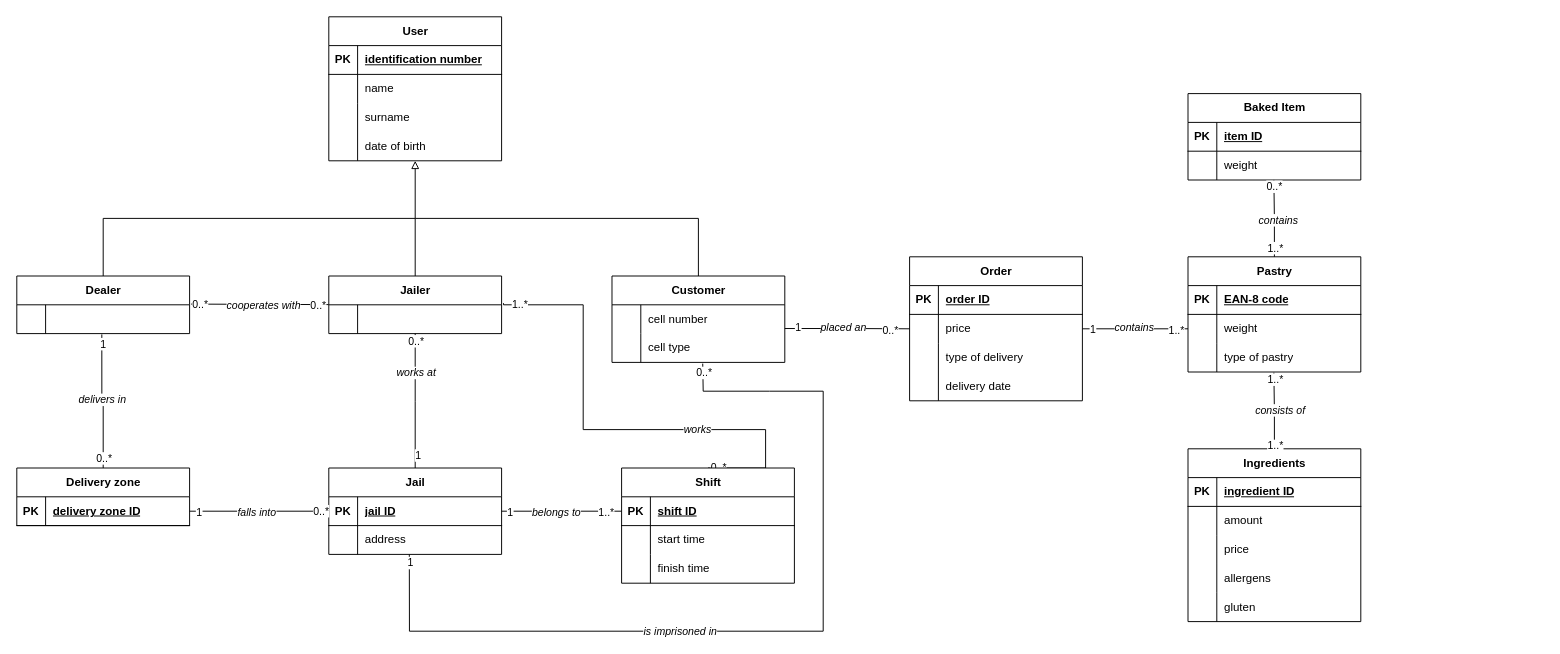
This is ER.drawio from megy123/VUT-IDS, a draw.io file, before an edit. Source tidied: cells renumbered, new cells numbered last; positions are measured from the earlier drawing's top-left corner, leaving out a move shared by most shapes. Both pictures are drawn from the tidied source at 96%, with x=0, y=0 at pixel (16, 16).
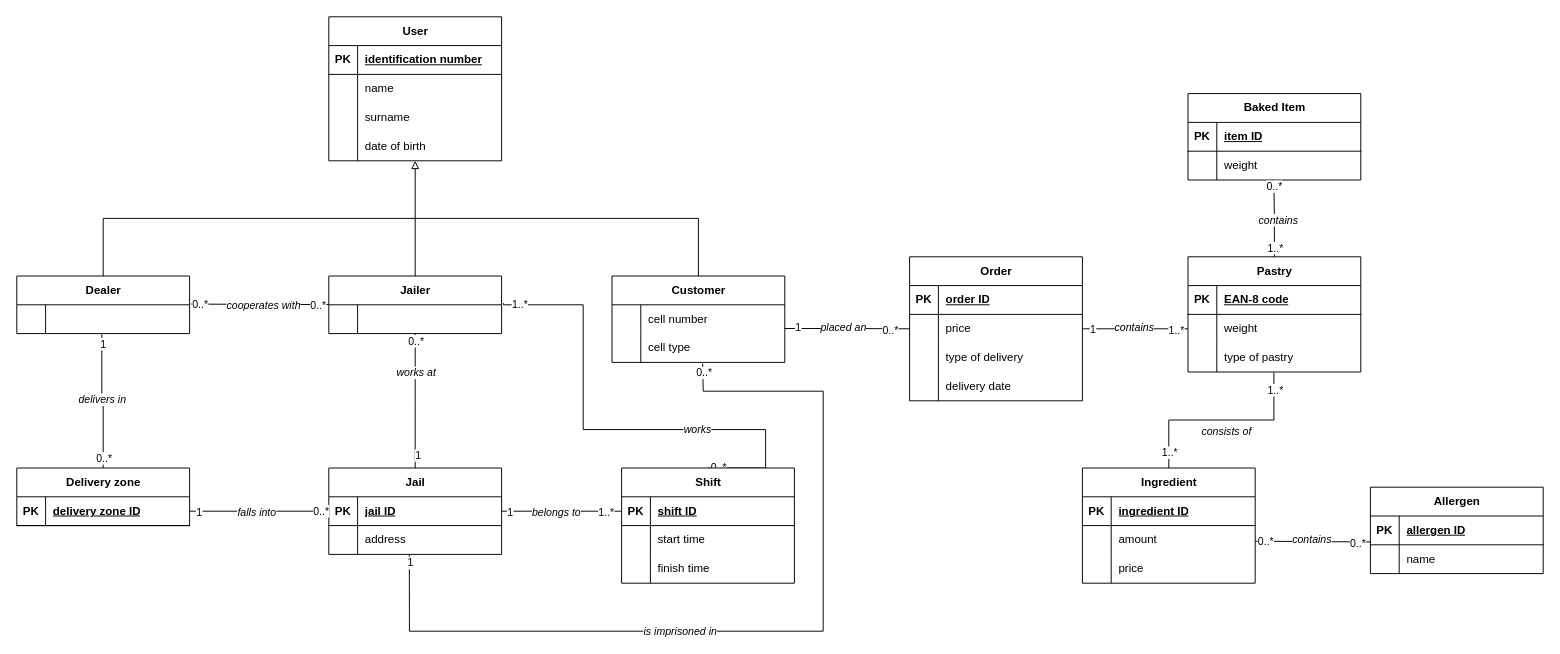
After the change.

Commit message (it also covers changes not shown here):
added allergen as entity

What changed in the source:
```diff
@@
-    <mxCell id="32" value="Ingredients" style="shape=table;startSize=30;childLayout=tableLayout;rowLines=0;fontStyle=1;align=center;html=1;" parent="1" vertex="1">
-      <mxGeometry x="1220" y="450" width="180" height="180" as="geometry" />
+    <mxCell id="32" value="Ingredient" style="shape=table;startSize=30;childLayout=tableLayout;rowLines=0;fontStyle=1;align=center;html=1;" parent="1" vertex="1">
+      <mxGeometry x="1110" y="470" width="180" height="120" as="geometry" />
     </mxCell>
@@
-    <mxCell id="42" style="shape=tableRow;horizontal=0;startSize=0;swimlaneHead=0;swimlaneBody=0;fillColor=none;top=0;left=0;right=0;bottom=0;" parent="32" vertex="1">
-      <mxGeometry y="120" width="180" height="30" as="geometry" />
-    </mxCell>
-    <mxCell id="43" style="shape=partialRectangle;fillColor=none;top=0;left=0;bottom=0;right=0;overflow=hidden;whiteSpace=wrap;html=1;" parent="42" vertex="1">
-      <mxGeometry width="30" height="30" as="geometry" />
-    </mxCell>
-    <mxCell id="44" value="allergens" style="shape=partialRectangle;fillColor=none;top=0;left=0;bottom=0;right=0;align=left;spacingLeft=6;overflow=hidden;whiteSpace=wrap;html=1;" parent="42" vertex="1">
-      <mxGeometry x="30" width="150" height="30" as="geometry" />
-    </mxCell>
-    <mxCell id="45" style="shape=tableRow;horizontal=0;startSize=0;swimlaneHead=0;swimlaneBody=0;fillColor=none;top=0;left=0;right=0;bottom=0;" parent="32" vertex="1">
-      <mxGeometry y="150" width="180" height="30" as="geometry" />
-    </mxCell>
-    <mxCell id="46" style="shape=partialRectangle;fillColor=none;top=0;left=0;bottom=0;right=0;overflow=hidden;whiteSpace=wrap;html=1;" parent="45" vertex="1">
-      <mxGeometry width="30" height="30" as="geometry" />
-    </mxCell>
-    <mxCell id="47" value="gluten" style="shape=partialRectangle;fillColor=none;top=0;left=0;bottom=0;right=0;align=left;spacingLeft=6;overflow=hidden;whiteSpace=wrap;html=1;" parent="45" vertex="1">
-      <mxGeometry x="30" width="150" height="30" as="geometry" />
-    </mxCell>
@@
+    <mxCell id="144" value="Allergen" style="shape=table;startSize=30;childLayout=tableLayout;rowLines=0;fontStyle=1;align=center;html=1;" parent="1" vertex="1">
+      <mxGeometry x="1410" y="490" width="180" height="90" as="geometry" />
+    </mxCell>
+    <mxCell id="145" style="shape=tableRow;horizontal=0;startSize=0;swimlaneHead=0;swimlaneBody=0;fillColor=none;top=0;left=0;right=0;bottom=1;" parent="144" vertex="1">
+      <mxGeometry y="30" width="180" height="30" as="geometry" />
+    </mxCell>
+    <mxCell id="146" value="PK" style="shape=partialRectangle;fillColor=none;top=0;left=0;bottom=0;right=0;fontStyle=1;overflow=hidden;whiteSpace=wrap;html=1;" parent="145" vertex="1">
+      <mxGeometry width="30" height="30" as="geometry" />
+    </mxCell>
+    <mxCell id="147" value="allergen ID" style="shape=partialRectangle;fillColor=none;top=0;left=0;bottom=0;right=0;align=left;spacingLeft=6;fontStyle=5;overflow=hidden;whiteSpace=wrap;html=1;" parent="145" vertex="1">
+      <mxGeometry x="30" width="150" height="30" as="geometry" />
+    </mxCell>
+    <mxCell id="148" style="shape=tableRow;horizontal=0;startSize=0;swimlaneHead=0;swimlaneBody=0;fillColor=none;top=0;left=0;right=0;bottom=0;" parent="144" vertex="1">
+      <mxGeometry y="60" width="180" height="30" as="geometry" />
+    </mxCell>
+    <mxCell id="149" style="shape=partialRectangle;fillColor=none;top=0;left=0;bottom=0;right=0;overflow=hidden;whiteSpace=wrap;html=1;" parent="148" vertex="1">
+      <mxGeometry width="30" height="30" as="geometry" />
+    </mxCell>
+    <mxCell id="150" value="name" style="shape=partialRectangle;fillColor=none;top=0;left=0;bottom=0;right=0;align=left;spacingLeft=6;overflow=hidden;whiteSpace=wrap;html=1;" parent="148" vertex="1">
+      <mxGeometry x="30" width="150" height="30" as="geometry" />
+    </mxCell>
+    <mxCell id="151" style="edgeStyle=orthogonalEdgeStyle;rounded=0;orthogonalLoop=1;jettySize=auto;html=1;exitX=1;exitY=0.5;exitDx=0;exitDy=0;endArrow=none;endFill=0;" parent="1" edge="1">
+      <mxGeometry relative="1" as="geometry">
+        <mxPoint x="1290" y="546.2" as="sourcePoint" />
+        <mxPoint x="1410" y="547" as="targetPoint" />
+      </mxGeometry>
+    </mxCell>
+    <mxCell id="152" value="0..*" style="edgeLabel;html=1;align=center;verticalAlign=middle;" parent="151" vertex="1">
+      <mxGeometry x="-0.82" relative="1" as="geometry" />
+    </mxCell>
+    <mxCell id="153" value="0..*" style="edgeLabel;html=1;align=center;verticalAlign=middle;" parent="151" vertex="1">
+      <mxGeometry x="0.77" y="-1" relative="1" as="geometry" />
+    </mxCell>
+    <mxCell id="154" value="&lt;i&gt;contains&lt;/i&gt;" style="edgeLabel;html=1;align=center;verticalAlign=middle;" parent="151" vertex="1">
+      <mxGeometry x="-0.04" y="2" relative="1" as="geometry" />
+    </mxCell>
```
